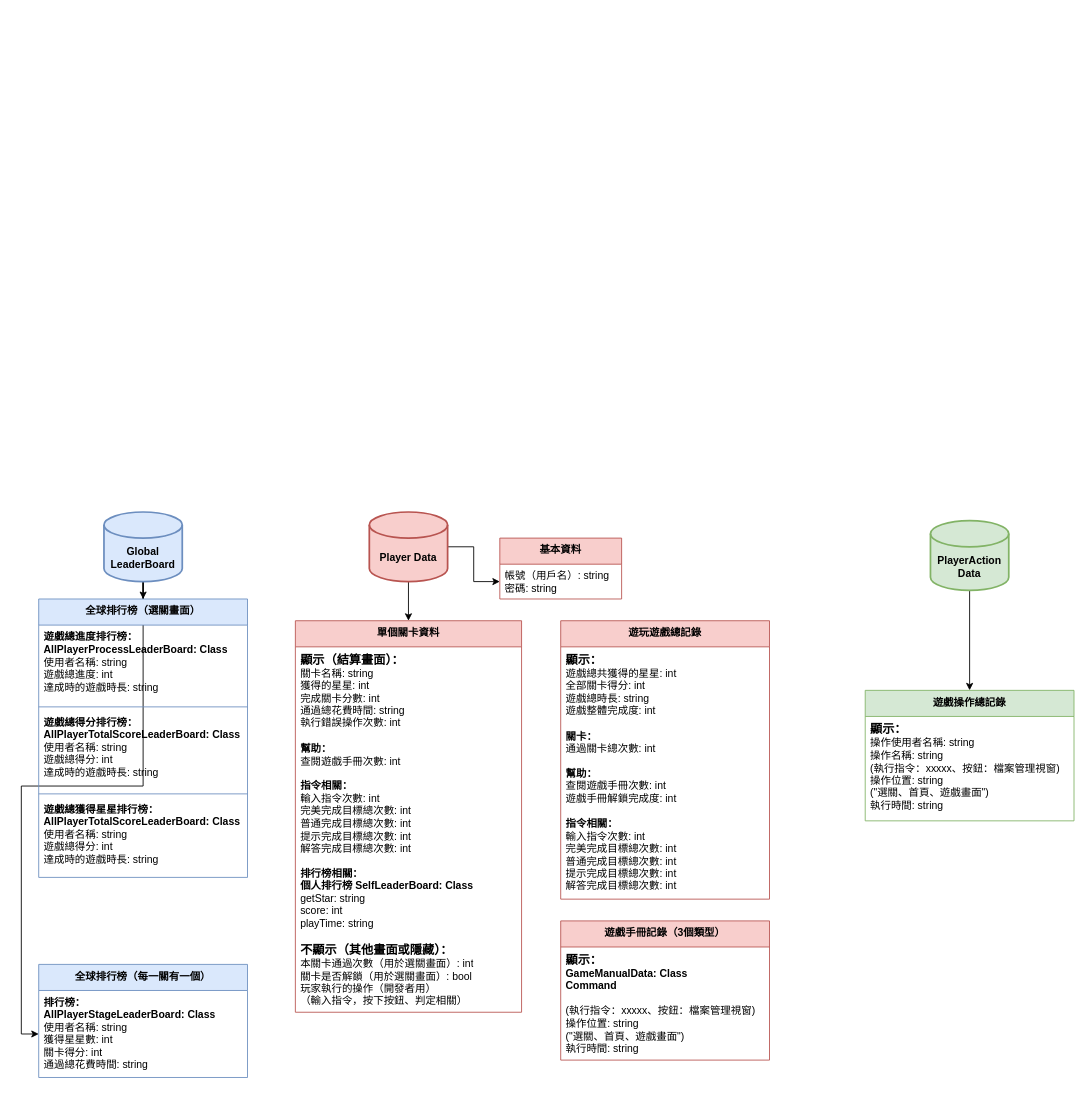
Earlier version of the draw.io diagram page "LeaderBoard & PlayerData" (2 of 2) of Assets/02_Scenes/Game Structure/系統規劃.drawio (fcumselab/GitEducationGame). Source tidied: cells renumbered, new cells numbered last; positions are measured from the earlier drawing's top-left corner, leaving out a move shared by most shapes. Both pictures are drawn from the tidied source at 87%, with x=0, y=0 at pixel (38, 512).
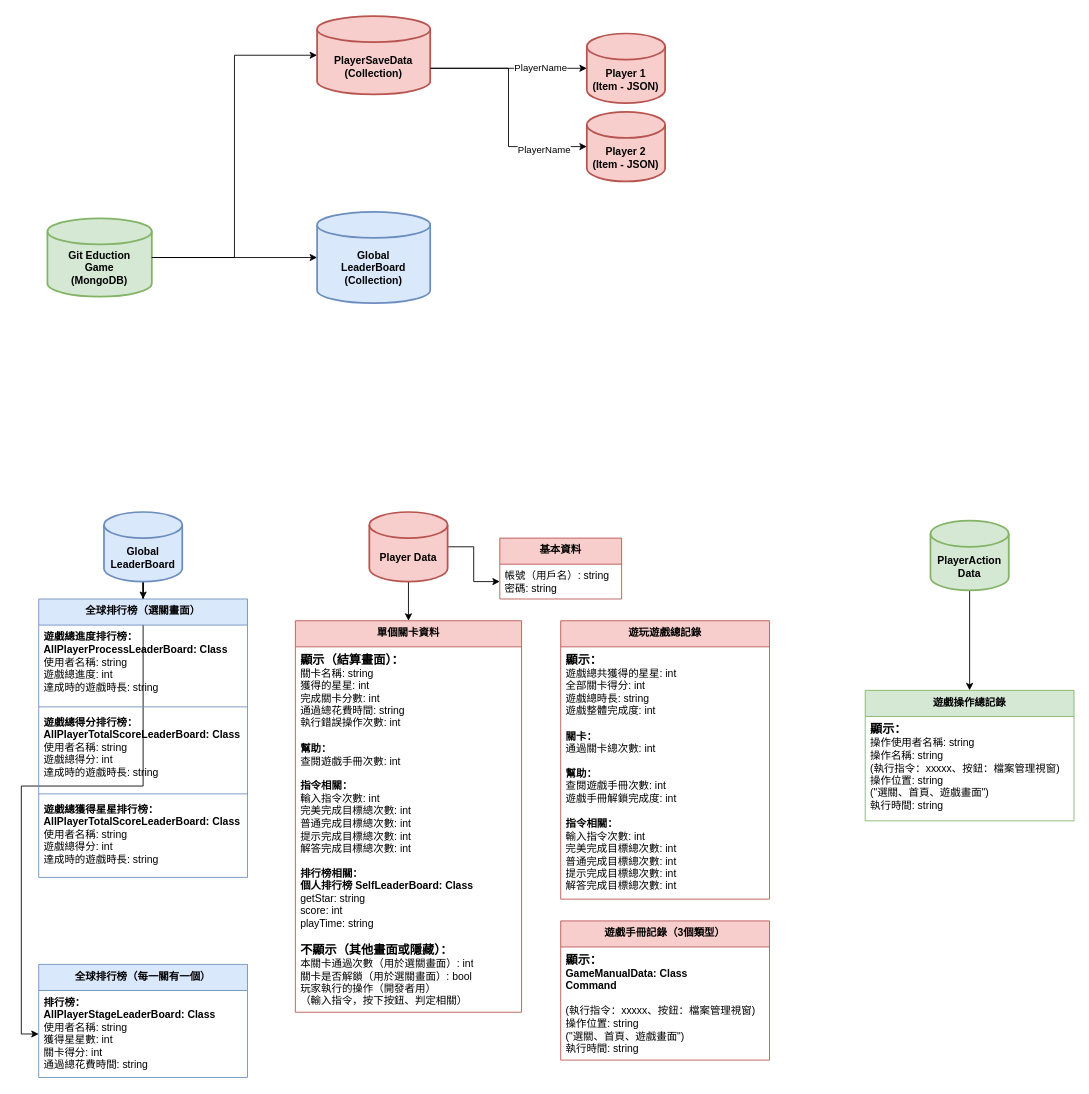
Above is the later version.

The edit, as a diff of the source:
```diff
@@
+    <mxCell id="28" value="Git Eduction&lt;br&gt;Game&lt;br&gt;(MongoDB)" style="shape=cylinder3;whiteSpace=wrap;html=1;boundedLbl=1;backgroundOutline=1;size=15;fillColor=#d5e8d4;strokeColor=#82b366;strokeWidth=2;shadow=0;perimeterSpacing=0;fillStyle=solid;fontStyle=1;" parent="1" vertex="1">
+      <mxGeometry x="10" y="-337.5" width="120" height="90" as="geometry" />
+    </mxCell>
+    <mxCell id="29" style="edgeStyle=orthogonalEdgeStyle;rounded=0;jettySize=auto;html=1;exitX=1;exitY=0;exitDx=0;exitDy=60;exitPerimeter=0;" parent="1" edge="1" source="31" target="33">
+      <mxGeometry relative="1" as="geometry" />
+    </mxCell>
+    <mxCell id="30" value="PlayerName" style="edgeLabel;html=1;align=center;verticalAlign=middle;" parent="29" vertex="1">
+      <mxGeometry x="0.4" y="1" relative="1" as="geometry" />
+    </mxCell>
+    <mxCell id="31" value="PlayerSaveData&lt;br&gt;(Collection)" style="shape=cylinder3;whiteSpace=wrap;html=1;boundedLbl=1;backgroundOutline=1;size=15;fillColor=#f8cecc;strokeColor=#b85450;strokeWidth=2;shadow=0;perimeterSpacing=0;gradientColor=none;fillStyle=solid;fontStyle=1;" parent="1" vertex="1">
+      <mxGeometry x="320" y="-570" width="130" height="90" as="geometry" />
+    </mxCell>
+    <mxCell id="32" style="edgeStyle=orthogonalEdgeStyle;rounded=0;jettySize=auto;html=1;exitX=1;exitY=0.5;exitDx=0;exitDy=0;exitPerimeter=0;entryX=0;entryY=0.5;entryDx=0;entryDy=0;entryPerimeter=0;" parent="1" edge="1" source="28" target="31">
+      <mxGeometry relative="1" as="geometry" />
+    </mxCell>
+    <mxCell id="33" value="Player 1&lt;br&gt;(Item - JSON)" style="shape=cylinder3;whiteSpace=wrap;html=1;boundedLbl=1;backgroundOutline=1;size=15;fillColor=#f8cecc;strokeColor=#b85450;strokeWidth=2;shadow=0;perimeterSpacing=0;gradientColor=none;fillStyle=solid;fontStyle=1;" parent="1" vertex="1">
+      <mxGeometry x="630" y="-550" width="90" height="80" as="geometry" />
+    </mxCell>
+    <mxCell id="34" value="Player 2&lt;br&gt;(Item - JSON)" style="shape=cylinder3;whiteSpace=wrap;html=1;boundedLbl=1;backgroundOutline=1;size=15;fillColor=#f8cecc;strokeColor=#b85450;strokeWidth=2;shadow=0;perimeterSpacing=0;gradientColor=none;fillStyle=solid;fontStyle=1;" parent="1" vertex="1">
+      <mxGeometry x="630" y="-460" width="90" height="80" as="geometry" />
+    </mxCell>
+    <mxCell id="35" style="edgeStyle=orthogonalEdgeStyle;rounded=0;jettySize=auto;html=1;exitX=1;exitY=0;exitDx=0;exitDy=60;exitPerimeter=0;entryX=0;entryY=0.5;entryDx=0;entryDy=0;entryPerimeter=0;" parent="1" edge="1" source="31" target="34">
+      <mxGeometry relative="1" as="geometry" />
+    </mxCell>
+    <mxCell id="36" value="PlayerName" style="edgeLabel;html=1;align=center;verticalAlign=middle;" parent="35" vertex="1">
+      <mxGeometry x="0.63" y="-3" relative="1" as="geometry" />
+    </mxCell>
+    <mxCell id="37" value="Global&lt;br&gt;LeaderBoard&lt;br&gt;(Collection)" style="shape=cylinder3;whiteSpace=wrap;html=1;boundedLbl=1;backgroundOutline=1;size=15;fillColor=#dae8fc;strokeColor=#6c8ebf;strokeWidth=2;shadow=0;perimeterSpacing=0;fillStyle=solid;fontStyle=1;" parent="1" vertex="1">
+      <mxGeometry x="320" y="-345" width="130" height="105" as="geometry" />
+    </mxCell>
+    <mxCell id="38" style="edgeStyle=orthogonalEdgeStyle;rounded=0;jettySize=auto;html=1;exitX=1;exitY=0.5;exitDx=0;exitDy=0;exitPerimeter=0;entryX=0;entryY=0.5;entryDx=0;entryDy=0;entryPerimeter=0;" parent="1" edge="1" source="28" target="37">
+      <mxGeometry relative="1" as="geometry" />
+    </mxCell>
```
